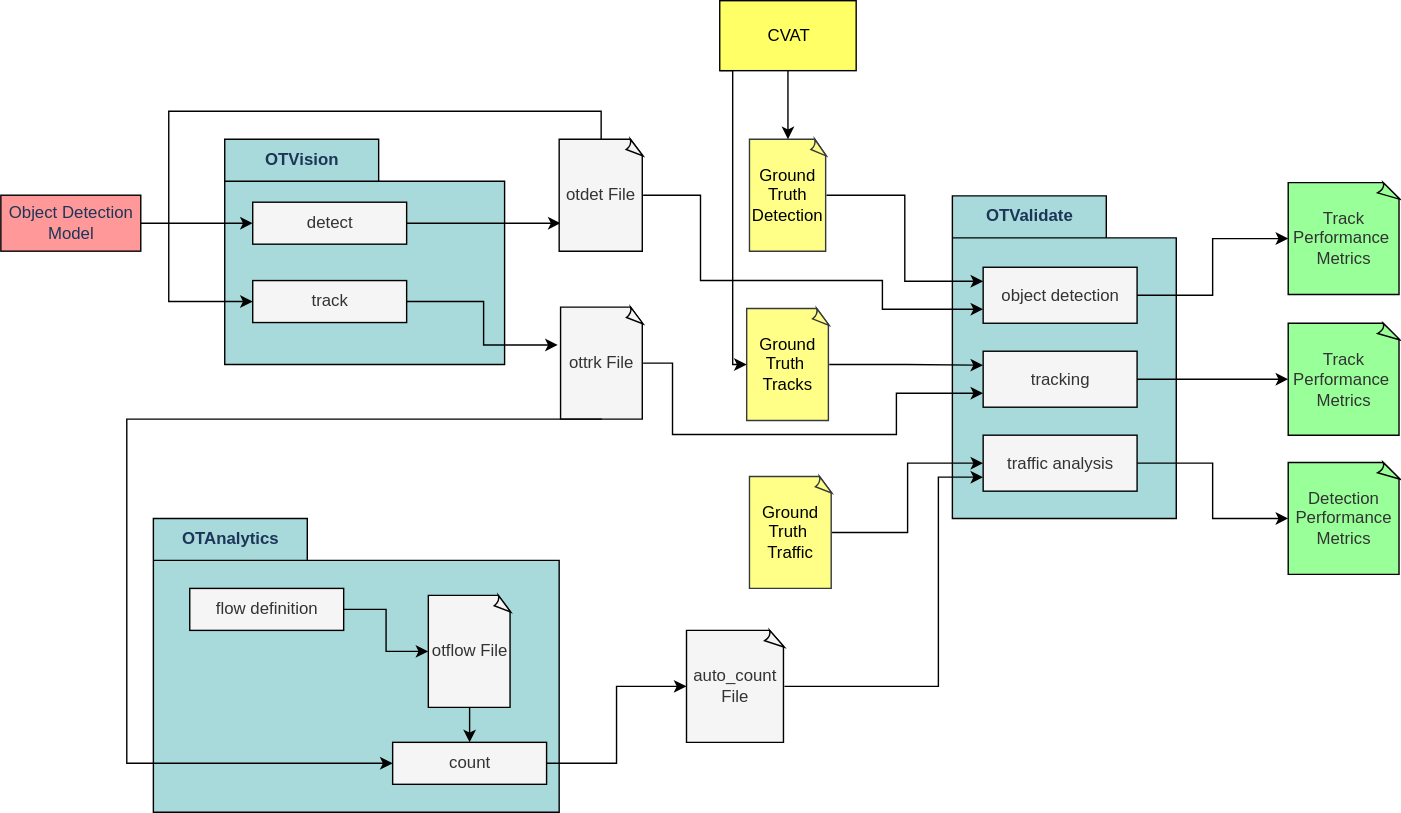
The draw.io diagram docs/OTLabels/validation/assets/otvalidate_overview.svg in OpenTrafficCam/OTDocs, before a commit. Source tidied: cells renumbered, new cells last; positions are measured from the earlier drawing's top-left corner, leaving out a move shared by most shapes.
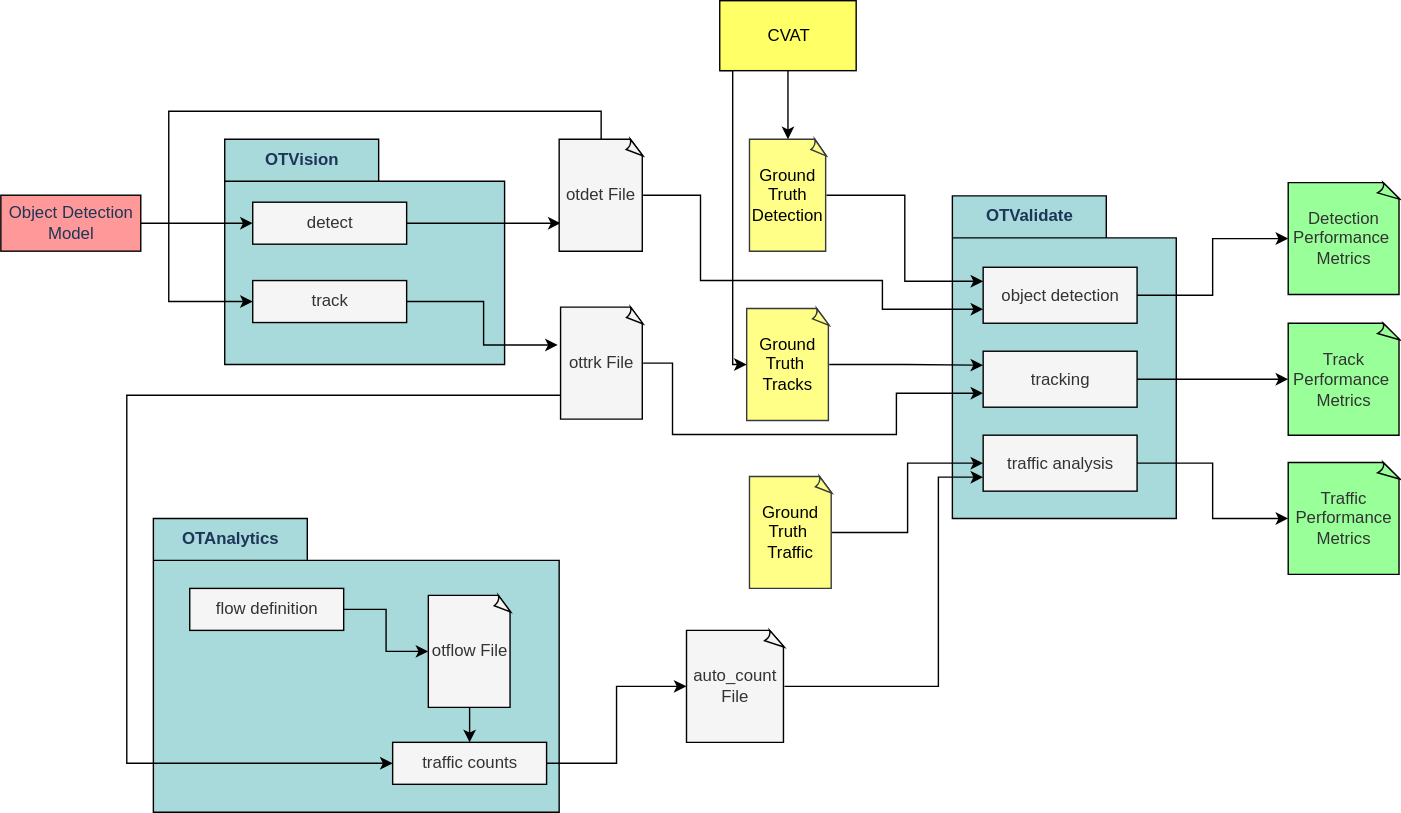
After the commit.

Change to the diagram source:
```diff
@@ -57,13 +57,13 @@
     <mxCell id="16" style="edgeStyle=orthogonalEdgeStyle;rounded=0;jettySize=auto;html=1;exitX=1;exitY=0.5;exitDx=0;exitDy=0;entryX=0;entryY=0.5;entryDx=0;entryDy=0;entryPerimeter=0;strokeColor=#000000;" parent="12" edge="1" source="13" target="19">
       <mxGeometry relative="1" as="geometry" />
     </mxCell>
-    <mxCell id="17" value="Detection Performance Metrics" style="whiteSpace=wrap;html=1;shape=mxgraph.basic.document;fontColor=#333333;strokeColor=#000000;fillColor=#99FF99;" parent="1" vertex="1">
+    <mxCell id="17" value="Traffic Performance Metrics" style="whiteSpace=wrap;html=1;shape=mxgraph.basic.document;fontColor=#333333;strokeColor=#000000;fillColor=#99FF99;" parent="1" vertex="1">
       <mxGeometry x="920" y="330" width="80" height="80" as="geometry" />
     </mxCell>
     <mxCell id="18" value="Track Performance&amp;nbsp;&lt;br&gt;Metrics" style="whiteSpace=wrap;html=1;shape=mxgraph.basic.document;fontColor=#333333;strokeColor=#000000;fillColor=#99FF99;" parent="1" vertex="1">
       <mxGeometry x="920" y="230.5" width="80" height="80" as="geometry" />
     </mxCell>
-    <mxCell id="19" value="Track Performance&amp;nbsp;&lt;br&gt;Metrics" style="whiteSpace=wrap;html=1;shape=mxgraph.basic.document;fontColor=#333333;strokeColor=#000000;fillColor=#99FF99;" parent="1" vertex="1">
+    <mxCell id="19" value="Detection Performance&amp;nbsp;&lt;br&gt;Metrics" style="whiteSpace=wrap;html=1;shape=mxgraph.basic.document;fontColor=#333333;strokeColor=#000000;fillColor=#99FF99;" parent="1" vertex="1">
       <mxGeometry x="920" y="130" width="80" height="80" as="geometry" />
     </mxCell>
     <mxCell id="20" style="edgeStyle=orthogonalEdgeStyle;rounded=0;jettySize=auto;html=1;exitX=1;exitY=0.5;exitDx=0;exitDy=0;exitPerimeter=0;entryX=0;entryY=0.25;entryDx=0;entryDy=0;strokeColor=#000000;" parent="1" edge="1" source="21" target="13">
@@ -124,7 +124,7 @@
         <mxPoint x="26" y="50" as="offset" />
       </mxGeometry>
     </mxCell>
-    <mxCell id="34" value="count" style="html=1;fillColor=#f5f5f5;fontColor=#333333;strokeColor=#000000;" parent="31" vertex="1">
+    <mxCell id="34" value="traffic counts" style="html=1;fillColor=#f5f5f5;fontColor=#333333;strokeColor=#000000;" parent="31" vertex="1">
       <mxGeometry x="171" y="160" width="110" height="30" as="geometry" />
     </mxCell>
     <mxCell id="35" style="edgeStyle=orthogonalEdgeStyle;rounded=0;jettySize=auto;html=1;exitX=1;exitY=0.5;exitDx=0;exitDy=0;entryX=0.017;entryY=0.75;entryDx=0;entryDy=0;entryPerimeter=0;strokeColor=#000000;" parent="31" edge="1" source="33">
@@ -146,9 +146,11 @@
         </Array>
       </mxGeometry>
     </mxCell>
-    <mxCell id="39" style="edgeStyle=elbowEdgeStyle;html=1;exitX=0.5;exitY=1;exitDx=0;exitDy=0;exitPerimeter=0;entryX=0;entryY=0.5;entryDx=0;entryDy=0;strokeColor=#000000;rounded=0;" parent="1" edge="1" source="27" target="34">
+    <mxCell id="39" style="edgeStyle=elbowEdgeStyle;html=1;entryX=0;entryY=0.5;entryDx=0;entryDy=0;strokeColor=#000000;rounded=0;" parent="1" edge="1" target="34">
       <mxGeometry relative="1" as="geometry">
+        <mxPoint x="400" y="282" as="sourcePoint" />
         <Array as="points">
+          <mxPoint x="90" y="320" />
           <mxPoint x="90" y="440" />
         </Array>
       </mxGeometry>
```
